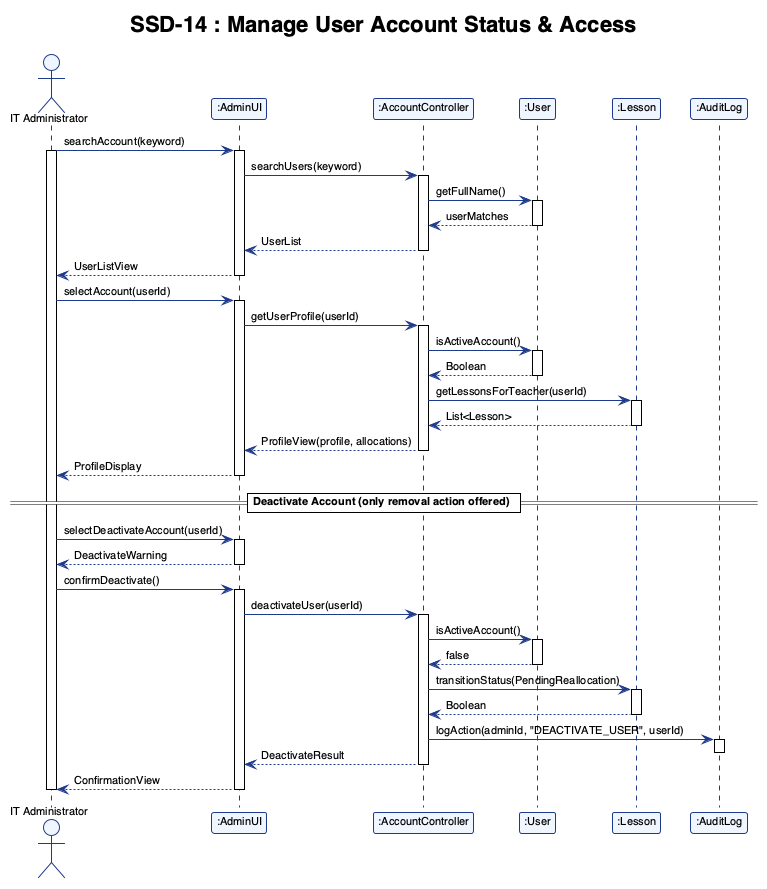
Above: report/assets/ssd_13.png in adoreblvnk/2001temp (PlantUML), before the change.
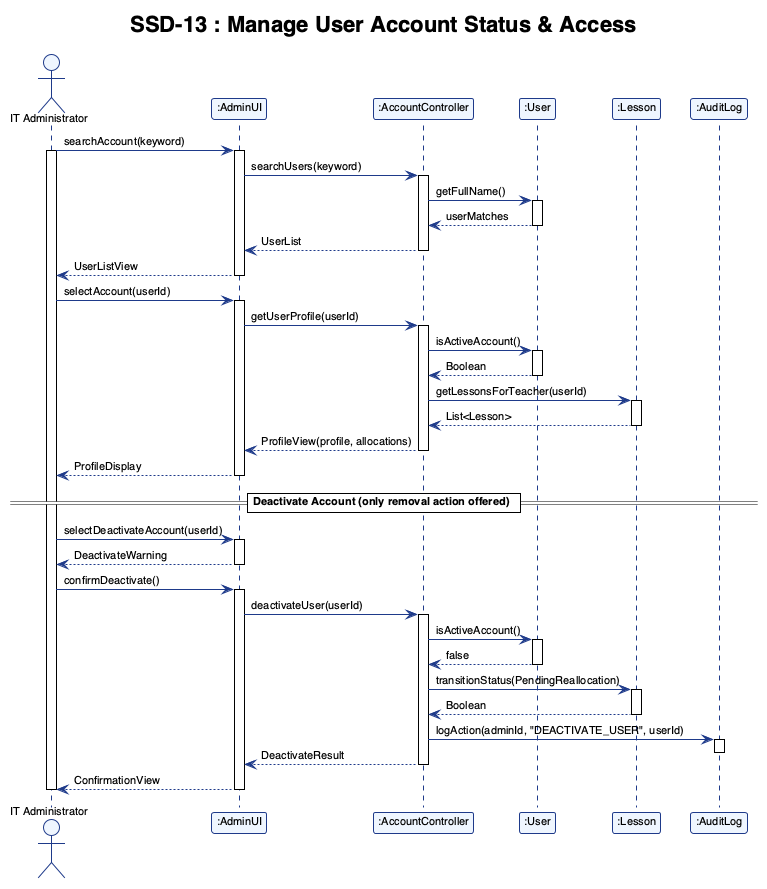
The same file after the commit.

The edit, as a diff of the source:
```diff
@@ -1,4 +1,4 @@
-@startuml ssd_14
+@startuml ssd_13
 !theme plain
 skinparam shadowing false
 skinparam defaultFontName "Helvetica", "Arial", sans-serif
@@ -13,7 +13,7 @@
     ActorBackgroundColor #EFF6FF
 }
 
-title SSD-14 : Manage User Account Status & Access
+title SSD-13 : Manage User Account Status & Access
 
 actor "IT Administrator" as ITAdmin
 participant ":AdminUI" as AdminUI
```
